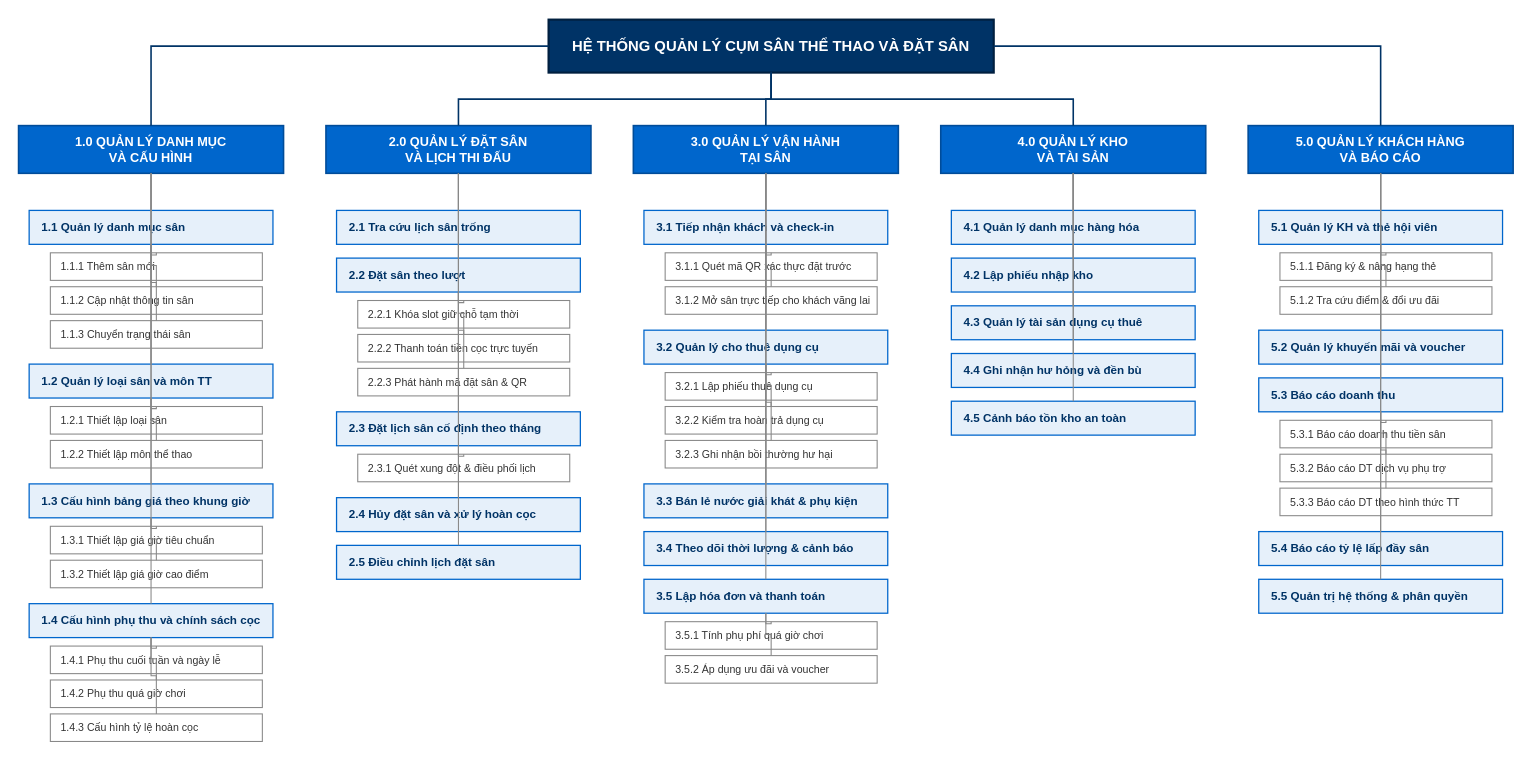
Earlier version of the draw.io diagram page "06_SoDo_BFD" (7 of 7) of BTH/BTH3_UsecaseDiagram/DoAn_OOAD_UseCaseDiagram.drawio (nphat-code/DoAn-OOAD-SGU). Source tidied: cells renumbered, new cells numbered last; positions are measured from the earlier drawing's top-left corner, leaving out a move shared by most shapes. Both pictures are drawn from the tidied source at 106%, with x=0, y=0 at pixel (18, 19).
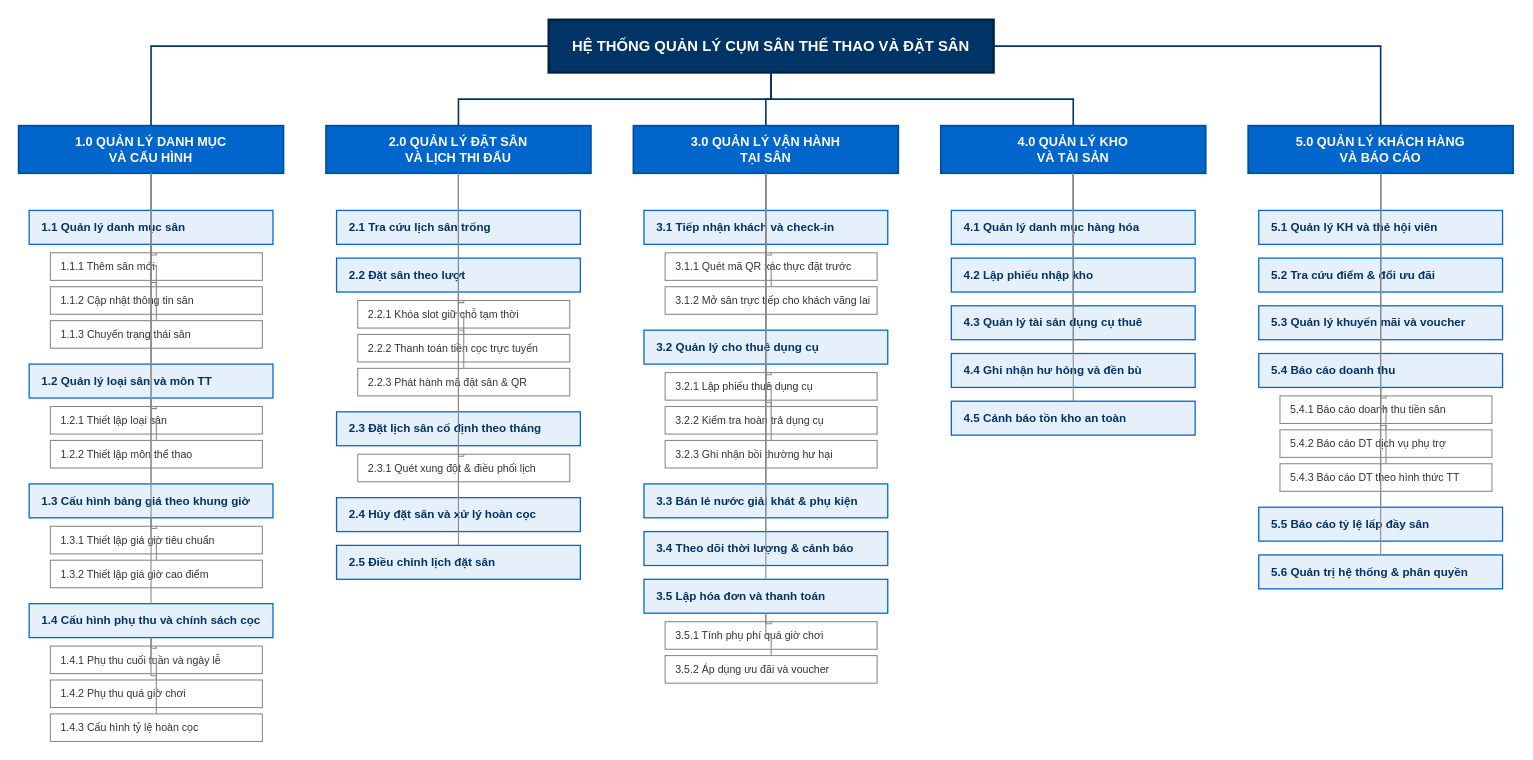
The same page after the edit.

The change refers to these unchanged cells:
```xml
<mxCell id="7" value="5.0 QUẢN LÝ KHÁCH HÀNG&#10;VÀ BÁO CÁO" style="rounded=0;whiteSpace=wrap;html=1;fillColor=#0066CC;strokeColor=#004C99;strokeWidth=1.5;fontColor=#FFFFFF;fontFamily=Helvetica;fontSize=12;fontStyle=1;" parent="1" vertex="1">
  <mxGeometry x="1160" y="100" width="250" height="45" as="geometry" />
</mxCell>
<mxCell id="48" value="5.1 Quản lý KH và thẻ hội viên" style="rounded=0;whiteSpace=wrap;html=1;fillColor=#E6F0FA;strokeColor=#0066CC;strokeWidth=1.2;fontColor=#003366;fontFamily=Helvetica;fontSize=11;fontStyle=1;align=left;spacingLeft=10;" parent="1" vertex="1">
  <mxGeometry x="1170" y="180" width="230" height="32" as="geometry" />
</mxCell>
```

Diff of the diagram source:
```diff
@@
-    <mxCell id="49" value="5.1.1 Đăng ký &amp; nâng hạng thẻ" style="rounded=0;whiteSpace=wrap;html=1;fillColor=#FFFFFF;strokeColor=#888888;strokeWidth=1;fontColor=#333333;fontFamily=Helvetica;fontSize=10;align=left;spacingLeft=8;" parent="1" vertex="1">
-      <mxGeometry x="1190" y="220" width="200" height="26" as="geometry" />
-    </mxCell>
-    <mxCell id="50" value="5.1.2 Tra cứu điểm &amp; đổi ưu đãi" style="rounded=0;whiteSpace=wrap;html=1;fillColor=#FFFFFF;strokeColor=#888888;strokeWidth=1;fontColor=#333333;fontFamily=Helvetica;fontSize=10;align=left;spacingLeft=8;" parent="1" vertex="1">
-      <mxGeometry x="1190" y="252" width="200" height="26" as="geometry" />
-    </mxCell>
-    <mxCell id="51" value="5.2 Quản lý khuyến mãi và voucher" style="rounded=0;whiteSpace=wrap;html=1;fillColor=#E6F0FA;strokeColor=#0066CC;strokeWidth=1.2;fontColor=#003366;fontFamily=Helvetica;fontSize=11;fontStyle=1;align=left;spacingLeft=10;" parent="1" vertex="1">
-      <mxGeometry x="1170" y="293" width="230" height="32" as="geometry" />
+    <mxCell id="51" value="5.2 Tra cứu điểm &amp; đổi ưu đãi" style="rounded=0;whiteSpace=wrap;html=1;fillColor=#E6F0FA;strokeColor=#0066CC;strokeWidth=1.2;fontColor=#003366;fontFamily=Helvetica;fontSize=11;fontStyle=1;align=left;spacingLeft=10;" parent="1" vertex="1">
+      <mxGeometry x="1170" y="225" width="230" height="32" as="geometry" />
     </mxCell>
-    <mxCell id="52" value="5.3 Báo cáo doanh thu" style="rounded=0;whiteSpace=wrap;html=1;fillColor=#E6F0FA;strokeColor=#0066CC;strokeWidth=1.2;fontColor=#003366;fontFamily=Helvetica;fontSize=11;fontStyle=1;align=left;spacingLeft=10;" parent="1" vertex="1">
-      <mxGeometry x="1170" y="338" width="230" height="32" as="geometry" />
+    <mxCell id="52" value="5.3 Quản lý khuyến mãi và voucher" style="rounded=0;whiteSpace=wrap;html=1;fillColor=#E6F0FA;strokeColor=#0066CC;strokeWidth=1.2;fontColor=#003366;fontFamily=Helvetica;fontSize=11;fontStyle=1;align=left;spacingLeft=10;" parent="1" vertex="1">
+      <mxGeometry x="1170" y="270" width="230" height="32" as="geometry" />
     </mxCell>
-    <mxCell id="53" value="5.3.1 Báo cáo doanh thu tiền sân" style="rounded=0;whiteSpace=wrap;html=1;fillColor=#FFFFFF;strokeColor=#888888;strokeWidth=1;fontColor=#333333;fontFamily=Helvetica;fontSize=10;align=left;spacingLeft=8;" parent="1" vertex="1">
-      <mxGeometry x="1190" y="378" width="200" height="26" as="geometry" />
-    </mxCell>
-    <mxCell id="54" value="5.3.2 Báo cáo DT dịch vụ phụ trợ" style="rounded=0;whiteSpace=wrap;html=1;fillColor=#FFFFFF;strokeColor=#888888;strokeWidth=1;fontColor=#333333;fontFamily=Helvetica;fontSize=10;align=left;spacingLeft=8;" parent="1" vertex="1">
-      <mxGeometry x="1190" y="410" width="200" height="26" as="geometry" />
-    </mxCell>
-    <mxCell id="55" value="5.3.3 Báo cáo DT theo hình thức TT" style="rounded=0;whiteSpace=wrap;html=1;fillColor=#FFFFFF;strokeColor=#888888;strokeWidth=1;fontColor=#333333;fontFamily=Helvetica;fontSize=10;align=left;spacingLeft=8;" parent="1" vertex="1">
-      <mxGeometry x="1190" y="442" width="200" height="26" as="geometry" />
-    </mxCell>
-    <mxCell id="56" value="5.4 Báo cáo tỷ lệ lấp đầy sân" style="rounded=0;whiteSpace=wrap;html=1;fillColor=#E6F0FA;strokeColor=#0066CC;strokeWidth=1.2;fontColor=#003366;fontFamily=Helvetica;fontSize=11;fontStyle=1;align=left;spacingLeft=10;" parent="1" vertex="1">
-      <mxGeometry x="1170" y="483" width="230" height="32" as="geometry" />
+    <mxCell id="56" value="5.4 Báo cáo doanh thu" style="rounded=0;whiteSpace=wrap;html=1;fillColor=#E6F0FA;strokeColor=#0066CC;strokeWidth=1.2;fontColor=#003366;fontFamily=Helvetica;fontSize=11;fontStyle=1;align=left;spacingLeft=10;" parent="1" vertex="1">
+      <mxGeometry x="1170" y="315" width="230" height="32" as="geometry" />
     </mxCell>
+    <mxCell id="113" value="5.4.1 Báo cáo doanh thu tiền sân" style="rounded=0;whiteSpace=wrap;html=1;fillColor=#FFFFFF;strokeColor=#888888;strokeWidth=1;fontColor=#333333;fontFamily=Helvetica;fontSize=10;align=left;spacingLeft=8;" parent="1" vertex="1">
+      <mxGeometry x="1190" y="355" width="200" height="26" as="geometry" />
+    </mxCell>
+    <mxCell id="114" value="5.4.2 Báo cáo DT dịch vụ phụ trợ" style="rounded=0;whiteSpace=wrap;html=1;fillColor=#FFFFFF;strokeColor=#888888;strokeWidth=1;fontColor=#333333;fontFamily=Helvetica;fontSize=10;align=left;spacingLeft=8;" parent="1" vertex="1">
+      <mxGeometry x="1190" y="387" width="200" height="26" as="geometry" />
+    </mxCell>
+    <mxCell id="115" value="5.4.3 Báo cáo DT theo hình thức TT" style="rounded=0;whiteSpace=wrap;html=1;fillColor=#FFFFFF;strokeColor=#888888;strokeWidth=1;fontColor=#333333;fontFamily=Helvetica;fontSize=10;align=left;spacingLeft=8;" parent="1" vertex="1">
+      <mxGeometry x="1190" y="419" width="200" height="26" as="geometry" />
+    </mxCell>
-    <mxCell id="57" value="5.5 Quản trị hệ thống &amp; phân quyền" style="rounded=0;whiteSpace=wrap;html=1;fillColor=#E6F0FA;strokeColor=#0066CC;strokeWidth=1.2;fontColor=#003366;fontFamily=Helvetica;fontSize=11;fontStyle=1;align=left;spacingLeft=10;" parent="1" vertex="1">
-      <mxGeometry x="1170" y="528" width="230" height="32" as="geometry" />
+    <mxCell id="57" value="5.5 Báo cáo tỷ lệ lấp đầy sân" style="rounded=0;whiteSpace=wrap;html=1;fillColor=#E6F0FA;strokeColor=#0066CC;strokeWidth=1.2;fontColor=#003366;fontFamily=Helvetica;fontSize=11;fontStyle=1;align=left;spacingLeft=10;" parent="1" vertex="1">
+      <mxGeometry x="1170" y="460" width="230" height="32" as="geometry" />
     </mxCell>
+    <mxCell id="116" value="5.6 Quản trị hệ thống &amp; phân quyền" style="rounded=0;whiteSpace=wrap;html=1;fillColor=#E6F0FA;strokeColor=#0066CC;strokeWidth=1.2;fontColor=#003366;fontFamily=Helvetica;fontSize=11;fontStyle=1;align=left;spacingLeft=10;" parent="1" vertex="1">
+      <mxGeometry x="1170" y="505" width="230" height="32" as="geometry" />
+    </mxCell>
@@
-    <mxCell id="104" style="edgeStyle=orthogonalEdgeStyle;rounded=0;html=1;strokeColor=#888888;strokeWidth=1;endArrow=none;" parent="1" edge="1" source="48" target="49">
-      <mxGeometry relative="1" as="geometry" />
-    </mxCell>
-    <mxCell id="105" style="edgeStyle=orthogonalEdgeStyle;rounded=0;html=1;strokeColor=#888888;strokeWidth=1;endArrow=none;" parent="1" edge="1" source="48" target="50">
-      <mxGeometry relative="1" as="geometry" />
-    </mxCell>
@@
-    <mxCell id="108" style="edgeStyle=orthogonalEdgeStyle;rounded=0;html=1;strokeColor=#888888;strokeWidth=1;endArrow=none;" parent="1" edge="1" source="52" target="53">
-      <mxGeometry relative="1" as="geometry" />
-    </mxCell>
-    <mxCell id="109" style="edgeStyle=orthogonalEdgeStyle;rounded=0;html=1;strokeColor=#888888;strokeWidth=1;endArrow=none;" parent="1" edge="1" source="52" target="54">
-      <mxGeometry relative="1" as="geometry" />
-    </mxCell>
-    <mxCell id="110" style="edgeStyle=orthogonalEdgeStyle;rounded=0;html=1;strokeColor=#888888;strokeWidth=1;endArrow=none;" parent="1" edge="1" source="52" target="55">
-      <mxGeometry relative="1" as="geometry" />
-    </mxCell>
@@
+    <mxCell id="117" style="edgeStyle=orthogonalEdgeStyle;rounded=0;html=1;strokeColor=#888888;strokeWidth=1;endArrow=none;" parent="1" edge="1" source="56" target="113">
+      <mxGeometry relative="1" as="geometry" />
+    </mxCell>
+    <mxCell id="118" style="edgeStyle=orthogonalEdgeStyle;rounded=0;html=1;strokeColor=#888888;strokeWidth=1;endArrow=none;" parent="1" edge="1" source="56" target="114">
+      <mxGeometry relative="1" as="geometry" />
+    </mxCell>
+    <mxCell id="119" style="edgeStyle=orthogonalEdgeStyle;rounded=0;html=1;strokeColor=#888888;strokeWidth=1;endArrow=none;" parent="1" edge="1" source="56" target="115">
+      <mxGeometry relative="1" as="geometry" />
+    </mxCell>
@@
+    <mxCell id="120" style="edgeStyle=orthogonalEdgeStyle;rounded=0;html=1;strokeColor=#888888;strokeWidth=1;endArrow=none;" parent="1" edge="1" source="7" target="116">
+      <mxGeometry relative="1" as="geometry" />
+    </mxCell>
```
